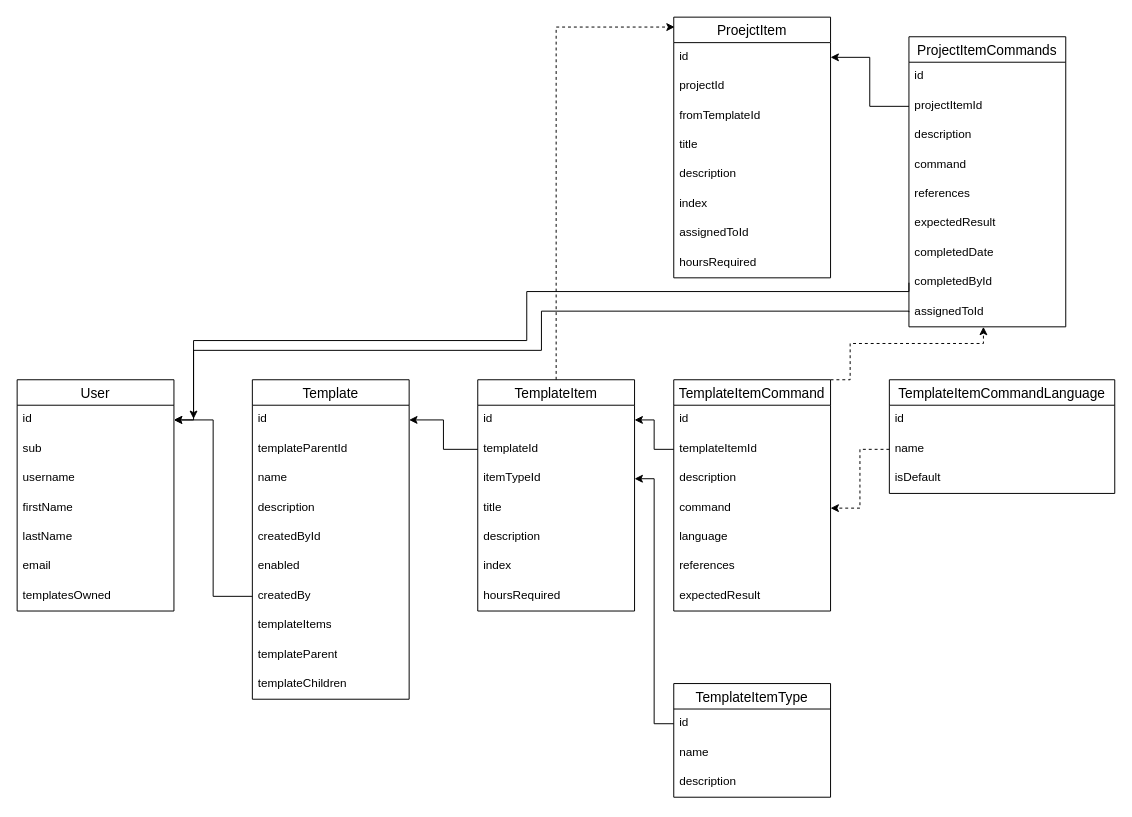
Before: page "db-template" (6 of 10) of mockups/wireframe.drawio in Task-Repository/application-gui, a draw.io diagram. Source tidied: cells renumbered, new cells numbered last; positions are measured from the earlier drawing's top-left corner, leaving out a move shared by most shapes. Both pictures are drawn from the tidied source at 98%, with x=0, y=0 at pixel (17, 17).
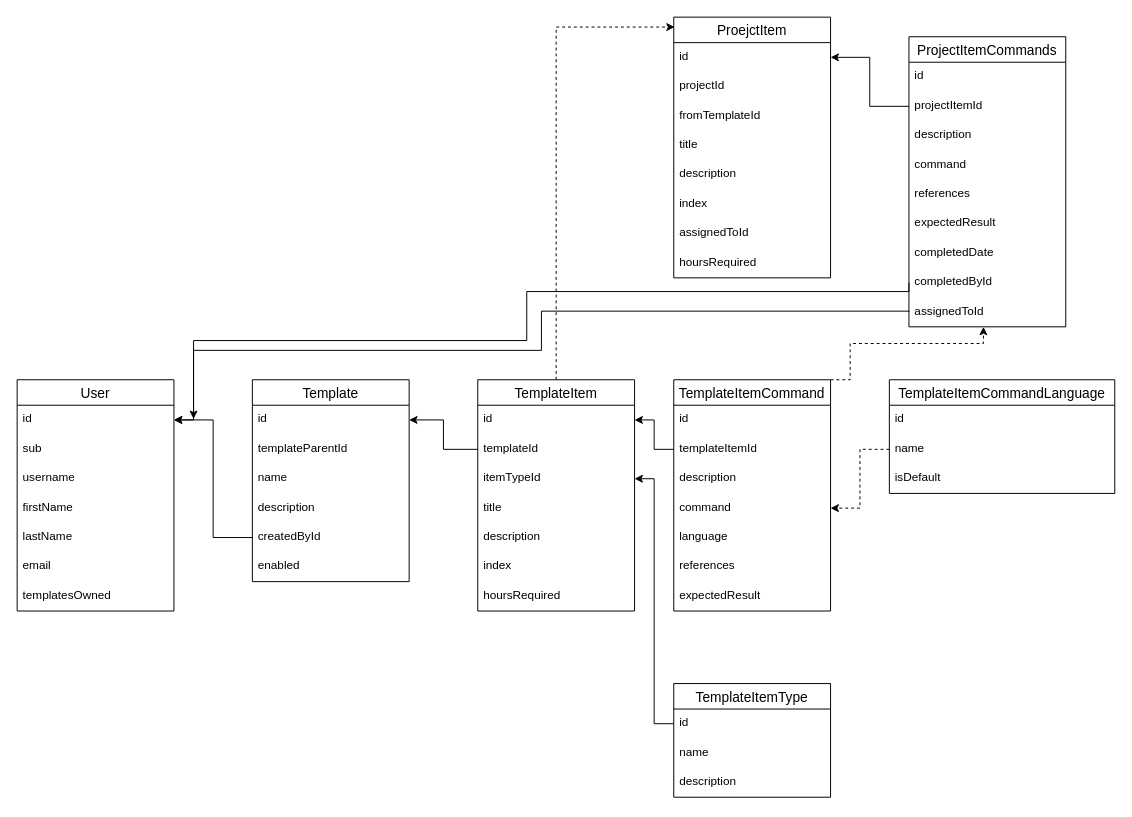
After the change.

Commit message:
chore: remove reverse relationships

The change refers to these unchanged cells:
```xml
<mxCell id="3" value="id" style="text;strokeColor=none;fillColor=none;spacingLeft=4;spacingRight=4;overflow=hidden;points=[[0,0.5],[1,0.5]];portConstraint=eastwest;fontSize=12;whiteSpace=wrap;html=1;" parent="2" vertex="1">
  <mxGeometry y="26" width="160" height="30" as="geometry" />
</mxCell>
<mxCell id="16" value="createdById" style="text;strokeColor=none;fillColor=none;spacingLeft=4;spacingRight=4;overflow=hidden;points=[[0,0.5],[1,0.5]];portConstraint=eastwest;fontSize=12;whiteSpace=wrap;html=1;" parent="11" vertex="1">
  <mxGeometry y="146" width="160" height="30" as="geometry" />
</mxCell>
```

Diff of the diagram source:
```diff
@@
     <mxCell id="11" value="Template" style="swimlane;fontStyle=0;horizontal=1;startSize=26;align=center;fontSize=14;" parent="1" vertex="1">
-      <mxGeometry x="240" y="370" width="160" height="326" as="geometry" />
+      <mxGeometry x="240" y="370" width="160" height="206" as="geometry" />
     </mxCell>
@@
-    <mxCell id="18" value="createdBy" style="text;strokeColor=none;fillColor=none;spacingLeft=4;spacingRight=4;overflow=hidden;points=[[0,0.5],[1,0.5]];portConstraint=eastwest;fontSize=12;whiteSpace=wrap;html=1;" parent="11" vertex="1">
-      <mxGeometry y="206" width="160" height="30" as="geometry" />
-    </mxCell>
-    <mxCell id="19" value="templateItems" style="text;strokeColor=none;fillColor=none;spacingLeft=4;spacingRight=4;overflow=hidden;fontSize=12;whiteSpace=wrap;html=1;" parent="11" vertex="1">
-      <mxGeometry y="236" width="160" height="30" as="geometry" />
-    </mxCell>
-    <mxCell id="20" value="templateParent" style="text;strokeColor=none;fillColor=none;spacingLeft=4;spacingRight=4;overflow=hidden;fontSize=12;whiteSpace=wrap;html=1;" parent="11" vertex="1">
-      <mxGeometry y="266" width="160" height="30" as="geometry" />
-    </mxCell>
-    <mxCell id="21" value="templateChildren" style="text;strokeColor=none;fillColor=none;spacingLeft=4;spacingRight=4;overflow=hidden;fontSize=12;whiteSpace=wrap;html=1;" parent="11" vertex="1">
-      <mxGeometry y="296" width="160" height="30" as="geometry" />
-    </mxCell>
-    <mxCell id="22" style="edgeStyle=orthogonalEdgeStyle;rounded=0;jettySize=auto;html=1;exitX=0;exitY=0.5;exitDx=0;exitDy=0;" parent="1" edge="1" source="18" target="3">
+    <mxCell id="22" style="edgeStyle=orthogonalEdgeStyle;rounded=0;jettySize=auto;html=1;" parent="1" edge="1" source="16" target="3">
       <mxGeometry relative="1" as="geometry" />
     </mxCell>
```
